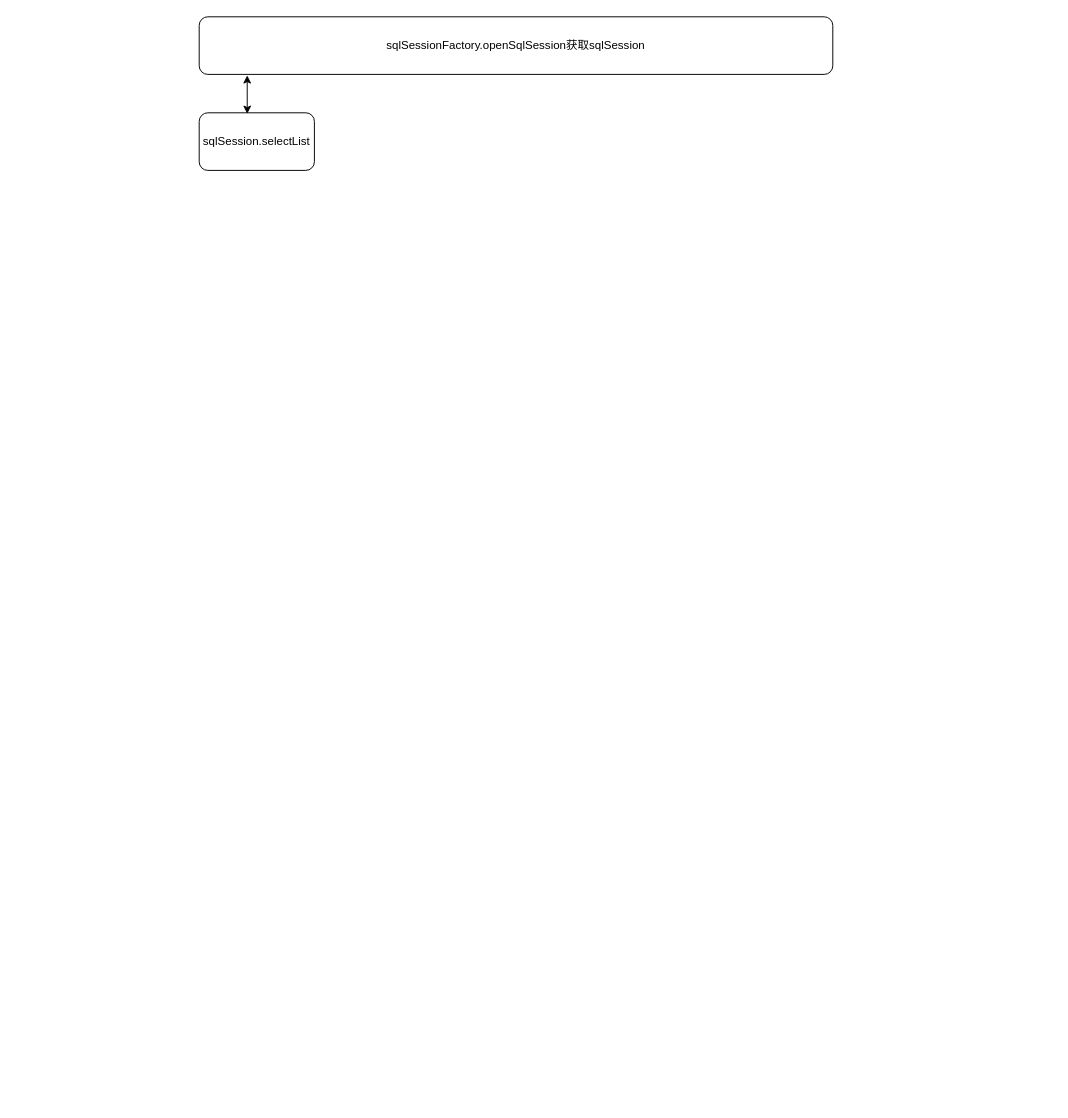
Above: mybatis.drawio in qinhaohao1114/my-draw (draw.io), before the change. Source tidied: cells renumbered, new cells numbered last; positions are measured from the earlier drawing's top-left corner, leaving out a move shared by most shapes. Both pictures are drawn from the tidied source at 96%, with x=0, y=0 at pixel (199, 16).
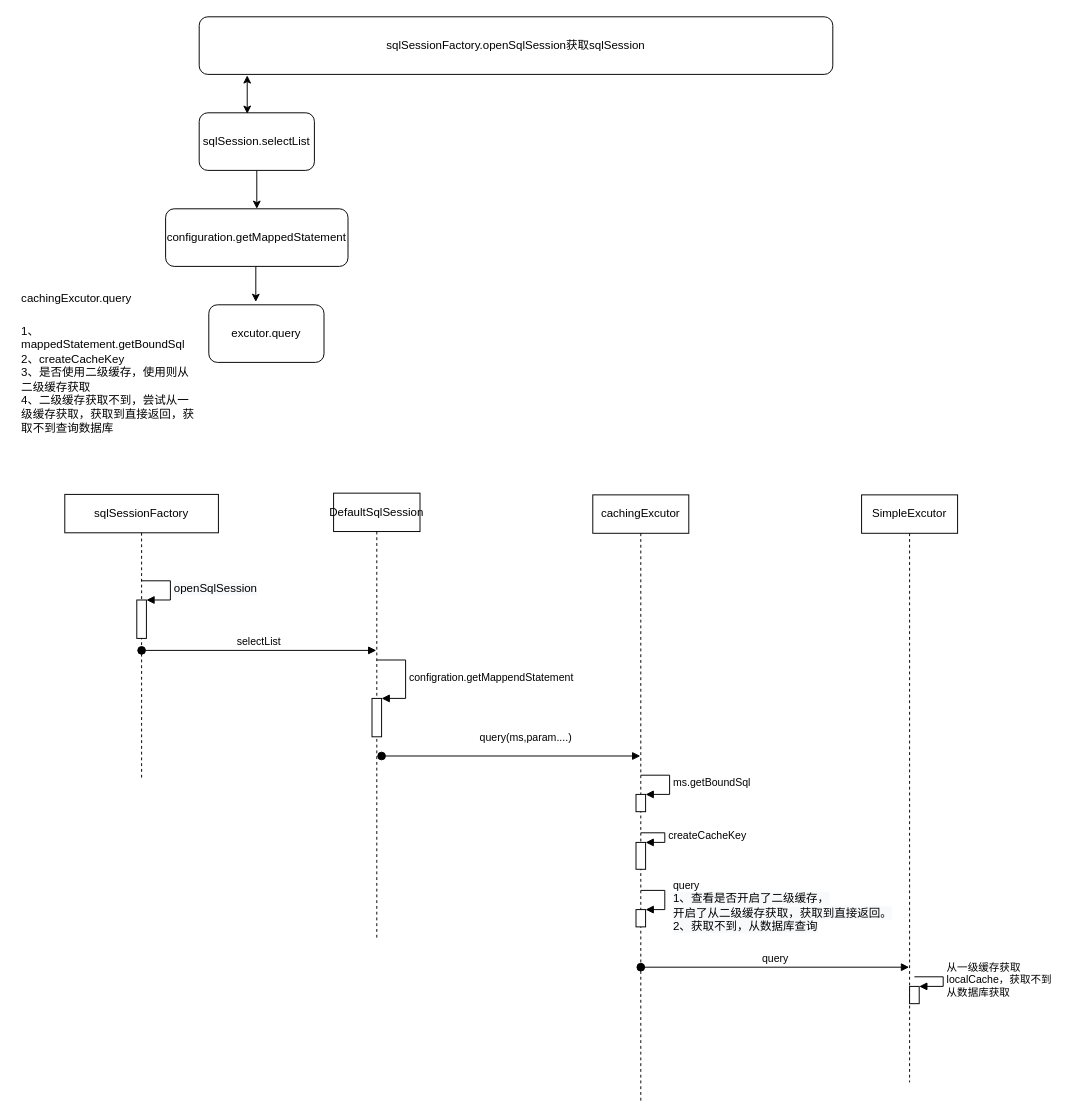
Above is the later version.

The change refers to these unchanged cells:
```xml
<mxCell id="3" value="sqlSession.selectList" style="rounded=1;whiteSpace=wrap;html=1;" parent="1" vertex="1">
  <mxGeometry y="100" width="120" height="60" as="geometry" />
</mxCell>
```

Diff of the diagram source:
```diff
@@
+    <mxCell id="5" style="edgeStyle=orthogonalEdgeStyle;rounded=0;jettySize=auto;html=1;" parent="1" edge="1" source="3" target="7">
+      <mxGeometry relative="1" as="geometry" />
+    </mxCell>
@@
+    <mxCell id="6" style="edgeStyle=orthogonalEdgeStyle;rounded=0;jettySize=auto;html=1;exitX=0.5;exitY=1;exitDx=0;exitDy=0;entryX=0.408;entryY=-0.05;entryDx=0;entryDy=0;entryPerimeter=0;" parent="1" edge="1" source="7" target="8">
+      <mxGeometry relative="1" as="geometry" />
+    </mxCell>
+    <mxCell id="7" value="configuration.getMappedStatement" style="rounded=1;whiteSpace=wrap;html=1;" parent="1" vertex="1">
+      <mxGeometry x="-35" y="200" width="190" height="60" as="geometry" />
+    </mxCell>
+    <mxCell id="8" value="excutor.query" style="rounded=1;whiteSpace=wrap;html=1;" parent="1" vertex="1">
+      <mxGeometry x="10" y="300" width="120" height="60" as="geometry" />
+    </mxCell>
+    <mxCell id="9" value="&lt;h1&gt;&lt;span style=&quot;font-size: 12px ; font-weight: 400 ; text-align: center&quot;&gt;cachingExcutor.query&lt;/span&gt;&lt;br&gt;&lt;/h1&gt;&lt;div&gt;&lt;span style=&quot;font-size: 12px ; font-weight: 400 ; text-align: center&quot;&gt;1、mappedStatement.getBoundSql&lt;/span&gt;&lt;/div&gt;&lt;div&gt;&lt;span style=&quot;font-size: 12px ; font-weight: 400 ; text-align: center&quot;&gt;2、createCacheKey&lt;/span&gt;&lt;/div&gt;&lt;div&gt;3、是否使用二级缓存，使用则从二级缓存获取&lt;/div&gt;&lt;div&gt;4、二级缓存获取不到，尝试从一级缓存获取，获取到直接返回，获取不到查询数据库&lt;/div&gt;" style="text;html=1;strokeColor=none;fillColor=none;spacing=5;spacingTop=-20;whiteSpace=wrap;overflow=hidden;rounded=0;" parent="1" vertex="1">
+      <mxGeometry x="-190" y="270" width="190" height="180" as="geometry" />
+    </mxCell>
+    <mxCell id="10" value="sqlSessionFactory" style="shape=umlLifeline;perimeter=lifelinePerimeter;whiteSpace=wrap;html=1;" parent="1" vertex="1">
+      <mxGeometry x="-140" y="497.5" width="160" height="297.5" as="geometry" />
+    </mxCell>
+    <mxCell id="11" style="html=1;points=[];perimeter=orthogonalPerimeter;" parent="10" vertex="1">
+      <mxGeometry x="75" y="110" width="10" height="40" as="geometry" />
+    </mxCell>
+    <mxCell id="12" value="&lt;span style=&quot;font-size: 12px ; text-align: center ; background-color: rgb(248 , 249 , 250)&quot;&gt;openSqlSession&lt;/span&gt;" style="edgeStyle=orthogonalEdgeStyle;html=1;align=left;spacingLeft=2;endArrow=block;rounded=0;entryX=1;entryY=0;" parent="10" edge="1" target="11">
+      <mxGeometry relative="1" as="geometry">
+        <mxPoint x="80" y="90" as="sourcePoint" />
+        <Array as="points">
+          <mxPoint x="110" y="90" />
+        </Array>
+      </mxGeometry>
+    </mxCell>
+    <mxCell id="13" value="selectList" style="html=1;verticalAlign=bottom;startArrow=oval;startFill=1;endArrow=block;startSize=8;" parent="10" edge="1" target="14">
+      <mxGeometry relative="1" as="geometry">
+        <mxPoint x="80" y="162.5" as="sourcePoint" />
+      </mxGeometry>
+    </mxCell>
+    <mxCell id="14" value="DefaultSqlSession" style="shape=umlLifeline;perimeter=lifelinePerimeter;whiteSpace=wrap;html=1;outlineConnect=0;" parent="1" vertex="1">
+      <mxGeometry x="140" y="496.2" width="90" height="463.8" as="geometry" />
+    </mxCell>
+    <mxCell id="15" style="html=1;points=[];perimeter=orthogonalPerimeter;" parent="14" vertex="1">
+      <mxGeometry x="40" y="213.8" width="10" height="40" as="geometry" />
+    </mxCell>
+    <mxCell id="16" value="configration.getMappendStatement" style="edgeStyle=orthogonalEdgeStyle;html=1;align=left;spacingLeft=2;endArrow=block;rounded=0;entryX=1;entryY=0;" parent="14" edge="1" target="15">
+      <mxGeometry relative="1" as="geometry">
+        <mxPoint x="45" y="173.8" as="sourcePoint" />
+        <Array as="points">
+          <mxPoint x="45" y="174" />
+          <mxPoint x="75" y="174" />
+          <mxPoint x="75" y="214" />
+        </Array>
+      </mxGeometry>
+    </mxCell>
+    <mxCell id="17" value="query(ms,param....)" style="html=1;verticalAlign=bottom;startArrow=oval;startFill=1;endArrow=block;startSize=8;" parent="14" edge="1" target="18">
+      <mxGeometry x="0.11" y="10" relative="1" as="geometry">
+        <mxPoint x="50" y="273.8" as="sourcePoint" />
+      </mxGeometry>
+    </mxCell>
+    <mxCell id="18" value="cachingExcutor" style="shape=umlLifeline;perimeter=lifelinePerimeter;whiteSpace=wrap;html=1;outlineConnect=0;" parent="1" vertex="1">
+      <mxGeometry x="410" y="498" width="100" height="632" as="geometry" />
+    </mxCell>
+    <mxCell id="19" style="html=1;points=[];perimeter=orthogonalPerimeter;" parent="18" vertex="1">
+      <mxGeometry x="45" y="312" width="10" height="18" as="geometry" />
+    </mxCell>
+    <mxCell id="20" value="ms.getBoundSql" style="edgeStyle=orthogonalEdgeStyle;html=1;align=left;spacingLeft=2;endArrow=block;rounded=0;entryX=1;entryY=0;" parent="18" edge="1" target="19">
+      <mxGeometry relative="1" as="geometry">
+        <mxPoint x="50" y="292" as="sourcePoint" />
+        <Array as="points">
+          <mxPoint x="80" y="292" />
+        </Array>
+      </mxGeometry>
+    </mxCell>
+    <mxCell id="21" style="html=1;points=[];perimeter=orthogonalPerimeter;" parent="18" vertex="1">
+      <mxGeometry x="45" y="362" width="10" height="28" as="geometry" />
+    </mxCell>
+    <mxCell id="22" value="createCacheKey" style="edgeStyle=orthogonalEdgeStyle;html=1;align=left;spacingLeft=2;endArrow=block;rounded=0;entryX=1;entryY=0;" parent="18" edge="1" target="21">
+      <mxGeometry relative="1" as="geometry">
+        <mxPoint x="50" y="352" as="sourcePoint" />
+        <Array as="points">
+          <mxPoint x="75" y="352" />
+        </Array>
+      </mxGeometry>
+    </mxCell>
+    <mxCell id="23" style="html=1;points=[];perimeter=orthogonalPerimeter;" parent="18" vertex="1">
+      <mxGeometry x="45" y="432" width="10" height="18" as="geometry" />
+    </mxCell>
+    <mxCell id="24" value="&lt;br style=&quot;font-size: 12px ; background-color: rgb(248 , 249 , 250)&quot;&gt;&lt;span&gt;query&lt;br&gt;&lt;/span&gt;&lt;span style=&quot;font-size: 12px ; background-color: rgb(248 , 249 , 250)&quot;&gt;1、查看是否开启了二级缓存，&lt;br&gt;开启了从二级缓存获取，获取到直接返回。&lt;/span&gt;&lt;br style=&quot;font-size: 12px ; background-color: rgb(248 , 249 , 250)&quot;&gt;&lt;span style=&quot;font-size: 12px ; background-color: rgb(248 , 249 , 250)&quot;&gt;2、获取不到，从数据库查询&lt;/span&gt;" style="edgeStyle=orthogonalEdgeStyle;html=1;align=left;spacingLeft=2;endArrow=block;rounded=0;entryX=1;entryY=0;" parent="18" edge="1" target="23">
+      <mxGeometry x="0.08" y="5" relative="1" as="geometry">
+        <mxPoint x="50" y="412" as="sourcePoint" />
+        <Array as="points">
+          <mxPoint x="50" y="412" />
+          <mxPoint x="75" y="412" />
+          <mxPoint x="75" y="432" />
+        </Array>
+      </mxGeometry>
+    </mxCell>
+    <mxCell id="25" value="query" style="html=1;verticalAlign=bottom;startArrow=oval;startFill=1;endArrow=block;startSize=8;" parent="18" edge="1" target="26">
+      <mxGeometry relative="1" as="geometry">
+        <mxPoint x="50" y="492" as="sourcePoint" />
+      </mxGeometry>
+    </mxCell>
+    <mxCell id="26" value="SimpleExcutor" style="shape=umlLifeline;perimeter=lifelinePerimeter;whiteSpace=wrap;html=1;outlineConnect=0;" parent="1" vertex="1">
+      <mxGeometry x="690" y="498" width="100" height="612" as="geometry" />
+    </mxCell>
+    <mxCell id="27" style="html=1;points=[];perimeter=orthogonalPerimeter;" parent="26" vertex="1">
+      <mxGeometry x="50" y="512" width="10" height="18" as="geometry" />
+    </mxCell>
+    <mxCell id="28" value="从一级缓存获取&lt;br&gt;localCache，获取不到&lt;br&gt;从数据库获取" style="edgeStyle=orthogonalEdgeStyle;html=1;align=left;spacingLeft=2;endArrow=block;rounded=0;entryX=1;entryY=0;" parent="26" edge="1" target="27">
+      <mxGeometry relative="1" as="geometry">
+        <mxPoint x="55" y="502" as="sourcePoint" />
+        <Array as="points">
+          <mxPoint x="85" y="502" />
+        </Array>
+      </mxGeometry>
+    </mxCell>
```
